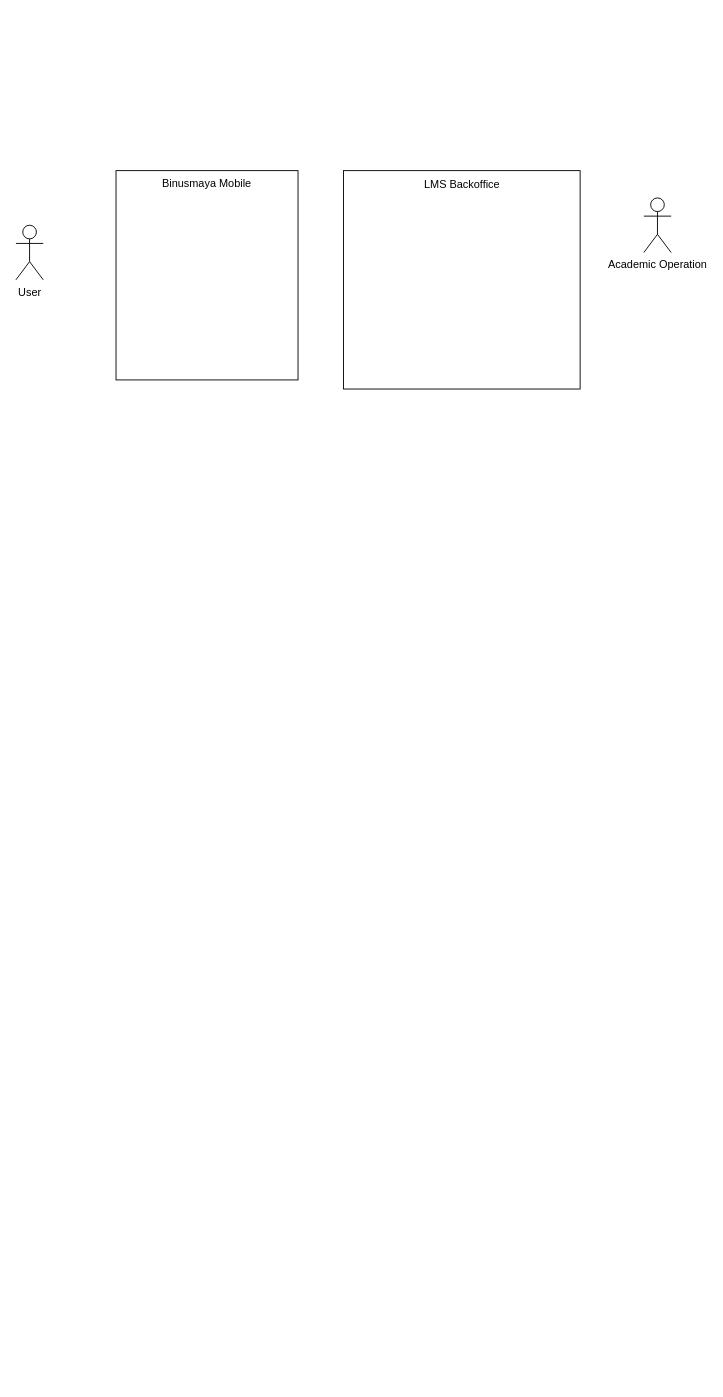
This is diagrams/UseCase.drawio from angeliawidjaja/offline-mode-paper, a draw.io file, before an edit. Source tidied: cells renumbered, new cells numbered last; positions are measured from the earlier drawing's top-left corner, leaving out a move shared by most shapes. Both pictures are drawn from the tidied source at 91%, with x=0, y=0 at pixel (15, 170).
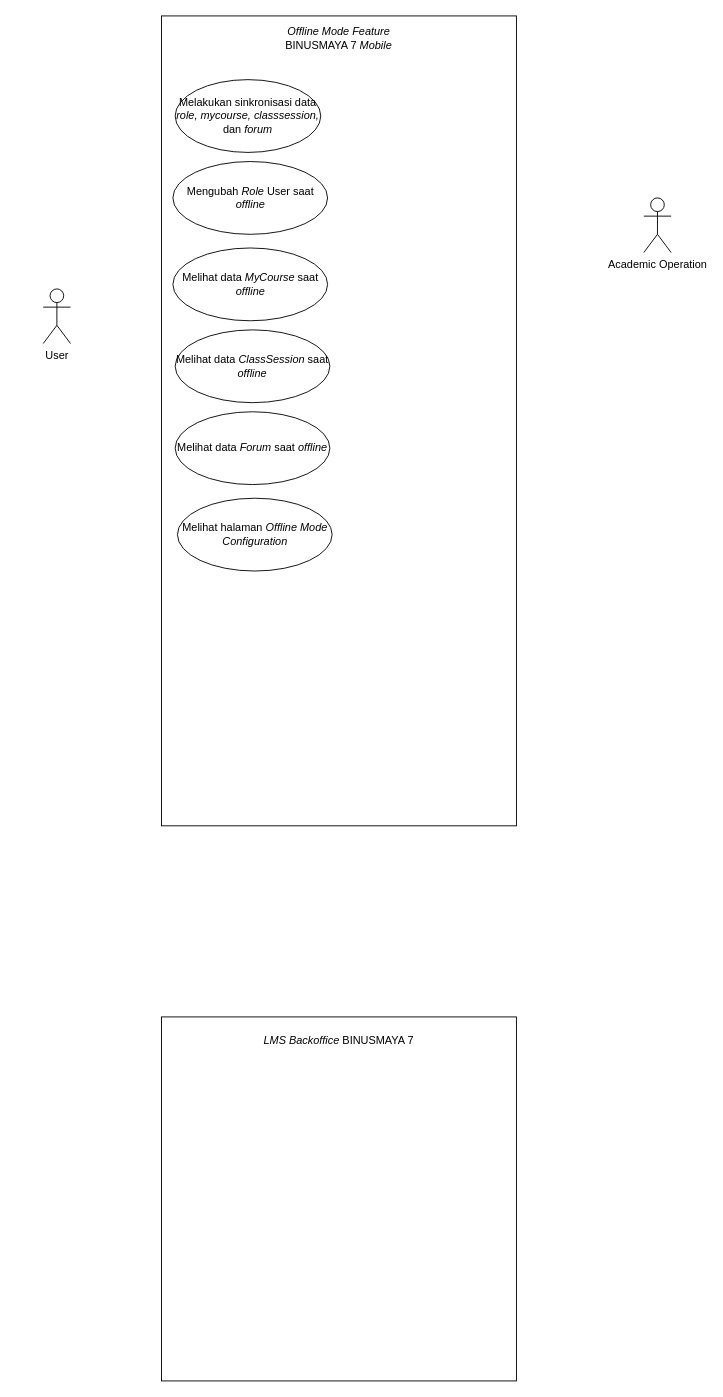
The same page after the edit.

The edit, as a diff of the source:
```diff
@@
 <mxGraphModel>
   <root>
     <mxCell id="0" />
     <mxCell id="1" parent="0" />
     <mxCell id="2" value="User" style="shape=umlActor;verticalLabelPosition=bottom;verticalAlign=top;html=1;" parent="1" vertex="1">
-      <mxGeometry y="60" width="30" height="60" as="geometry" />
+      <mxGeometry x="30" y="130" width="30" height="60" as="geometry" />
     </mxCell>
     <mxCell id="3" style="group;" parent="1" vertex="1">
-      <mxGeometry x="110" width="200" height="230" as="geometry" />
+      <mxGeometry x="160" y="-170" width="390" height="890" as="geometry" />
     </mxCell>
     <mxCell id="4" style="rounded=0;whiteSpace=wrap;html=1;" parent="3" vertex="1">
-      <mxGeometry width="200" height="230" as="geometry" />
+      <mxGeometry width="390" height="890" as="geometry" />
     </mxCell>
-    <mxCell id="5" value="Binusmaya Mobile" style="text;html=1;strokeColor=none;fillColor=none;align=center;verticalAlign=middle;whiteSpace=wrap;rounded=0;" parent="3" vertex="1">
-      <mxGeometry x="40" width="120" height="30" as="geometry" />
+    <mxCell id="5" value="&lt;i&gt;Offline Mode Feature &lt;/i&gt;BINUSMAYA 7 &lt;i&gt;Mobile&lt;/i&gt;" style="text;html=1;strokeColor=none;fillColor=none;align=center;verticalAlign=middle;whiteSpace=wrap;rounded=0;" parent="3" vertex="1">
+      <mxGeometry x="129" width="132" height="50" as="geometry" />
     </mxCell>
+    <mxCell id="10" value="Melakukan sinkronisasi data &lt;i&gt;role, mycourse, classsession, &lt;/i&gt;dan&lt;i&gt;&amp;nbsp;forum&lt;/i&gt;" style="ellipse;whiteSpace=wrap;html=1;" parent="3" vertex="1">
+      <mxGeometry x="15" y="70" width="160" height="80" as="geometry" />
+    </mxCell>
+    <mxCell id="11" value="Melihat halaman &lt;i&gt;Offline Mode Configuration&lt;/i&gt;" style="ellipse;whiteSpace=wrap;html=1;" parent="3" vertex="1">
+      <mxGeometry x="17.5" y="530" width="170" height="80" as="geometry" />
+    </mxCell>
+    <mxCell id="12" value="Mengubah &lt;i&gt;Role&lt;/i&gt;&amp;nbsp;User saat &lt;i&gt;offline&lt;/i&gt;" style="ellipse;whiteSpace=wrap;html=1;" parent="3" vertex="1">
+      <mxGeometry x="12.5" y="160" width="170" height="80" as="geometry" />
+    </mxCell>
+    <mxCell id="13" value="Melihat data &lt;i&gt;MyCourse&amp;nbsp;&lt;/i&gt;saat &lt;i&gt;offline&lt;/i&gt;" style="ellipse;whiteSpace=wrap;html=1;" parent="3" vertex="1">
+      <mxGeometry x="12.5" y="255" width="170" height="80" as="geometry" />
+    </mxCell>
+    <mxCell id="14" value="Melihat data &lt;i&gt;ClassSession&amp;nbsp;&lt;/i&gt;saat &lt;i&gt;offline&lt;/i&gt;" style="ellipse;whiteSpace=wrap;html=1;" parent="3" vertex="1">
+      <mxGeometry x="15" y="345" width="170" height="80" as="geometry" />
+    </mxCell>
+    <mxCell id="15" value="Melihat data &lt;i&gt;Forum&amp;nbsp;&lt;/i&gt;saat &lt;i&gt;offline&lt;/i&gt;" style="ellipse;whiteSpace=wrap;html=1;" parent="3" vertex="1">
+      <mxGeometry x="15" y="435" width="170" height="80" as="geometry" />
+    </mxCell>
     <mxCell id="6" style="group;" parent="1" vertex="1">
-      <mxGeometry x="360" width="260" height="240" as="geometry" />
+      <mxGeometry x="160" y="930" width="390" height="400" as="geometry" />
     </mxCell>
     <mxCell id="7" style="rounded=0;whiteSpace=wrap;html=1;" parent="6" vertex="1">
-      <mxGeometry width="260" height="240" as="geometry" />
+      <mxGeometry width="390" height="400" as="geometry" />
     </mxCell>
-    <mxCell id="8" value="LMS Backoffice" style="text;html=1;strokeColor=none;fillColor=none;align=center;verticalAlign=middle;whiteSpace=wrap;rounded=0;" parent="6" vertex="1">
-      <mxGeometry x="71.5" width="117" height="31.3" as="geometry" />
+    <mxCell id="8" value="&lt;i&gt;LMS Backoffice &lt;/i&gt;BINUSMAYA 7" style="text;html=1;strokeColor=none;fillColor=none;align=center;verticalAlign=middle;whiteSpace=wrap;rounded=0;" parent="6" vertex="1">
+      <mxGeometry x="107.2" width="175.5" height="52.2" as="geometry" />
     </mxCell>
     <mxCell id="9" value="Academic Operation" style="shape=umlActor;verticalLabelPosition=bottom;verticalAlign=top;html=1;" parent="1" vertex="1">
       <mxGeometry x="690" y="30" width="30" height="60" as="geometry" />
     </mxCell>
   </root>
 </mxGraphModel>
```
